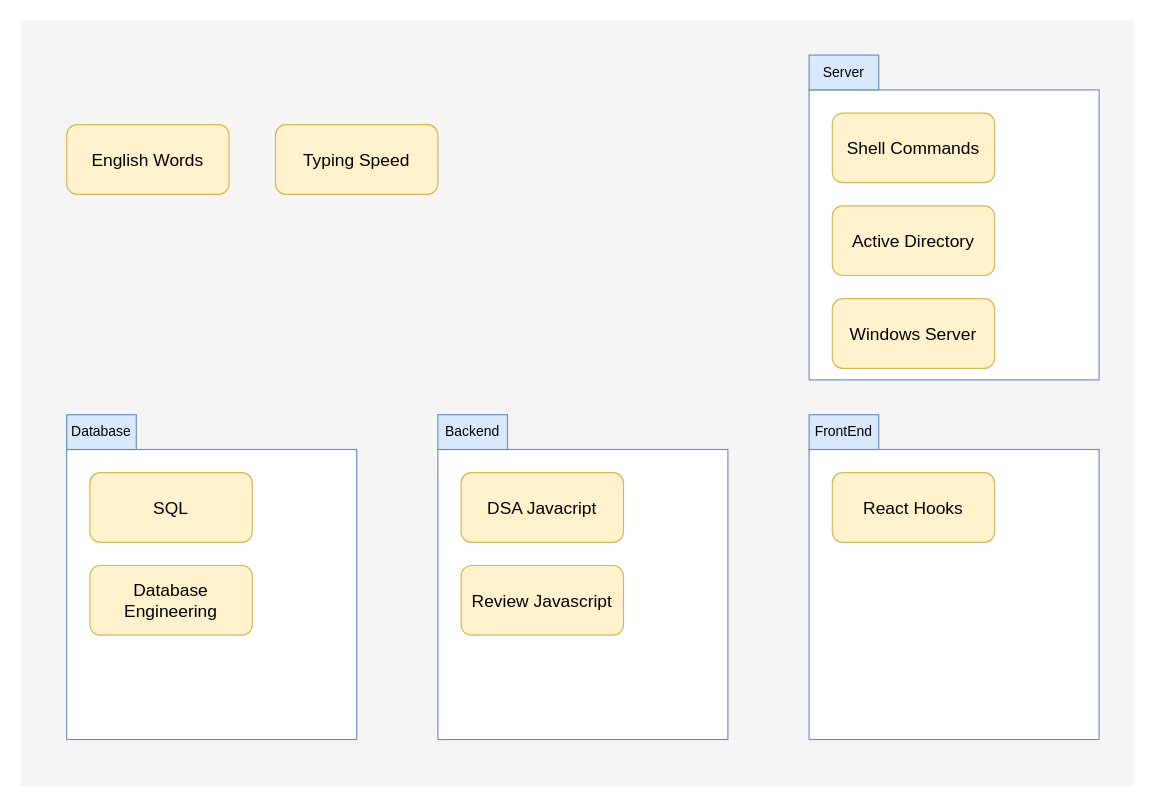
Above: 7th-month-plan.drawio in mahmoudkarsha/md (draw.io), before the change. Source tidied: cells renumbered, new cells numbered last; positions are measured from the earlier drawing's top-left corner, leaving out a move shared by most shapes. Both pictures are drawn from the tidied source at 116%, with x=0, y=0 at pixel (20, 20).
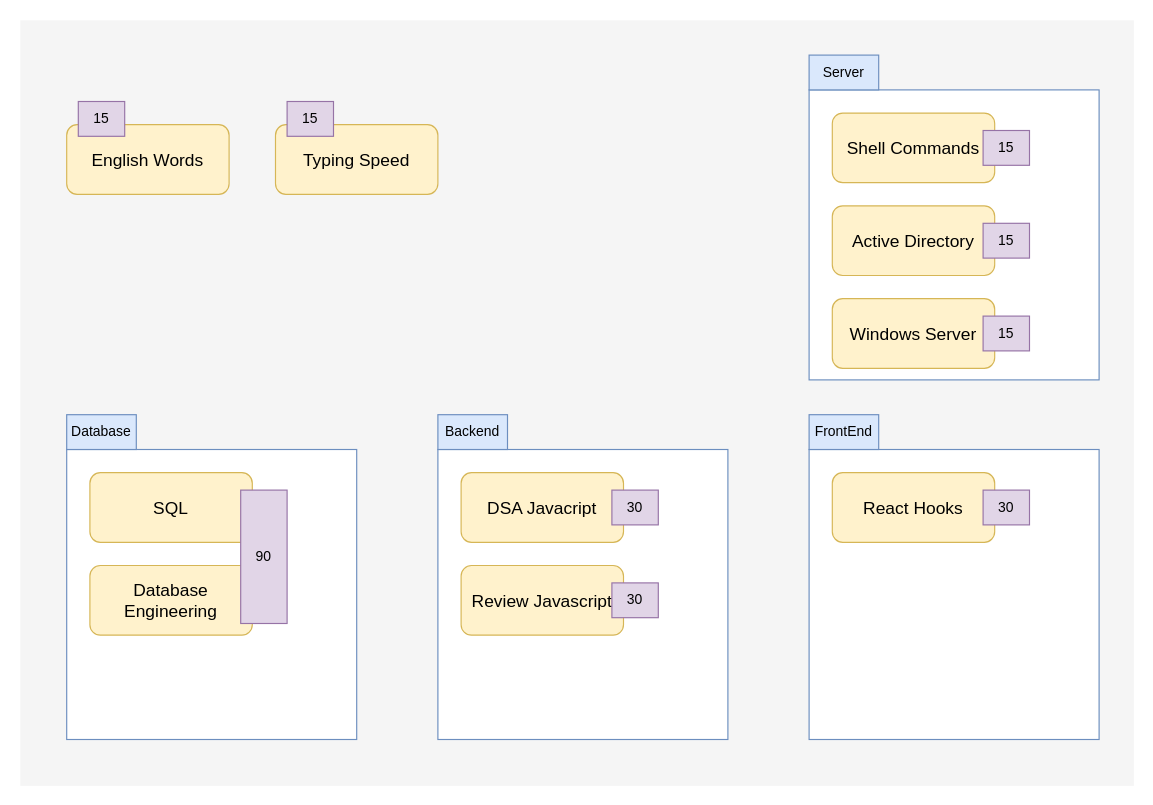
The same page after the edit.

Unchanged cells that the change refers to:
```xml
<mxCell id="8" style="group;" parent="1" vertex="1">
  <mxGeometry x="680" y="30" width="250" height="280" as="geometry" />
</mxCell>
<mxCell id="14" style="group;" parent="1" vertex="1">
  <mxGeometry x="360" y="340" width="250" height="280" as="geometry" />
</mxCell>
<mxCell id="19" style="group;" parent="1" vertex="1">
  <mxGeometry x="40" y="340" width="250" height="280" as="geometry" />
</mxCell>
```

Diff of the diagram source:
```diff
@@
+    <mxCell id="24" value="15" style="text;html=1;align=center;verticalAlign=middle;whiteSpace=wrap;rounded=0;fillColor=#e1d5e7;strokeColor=#9673a6;" parent="8" vertex="1">
+      <mxGeometry x="150" y="65" width="40" height="30" as="geometry" />
+    </mxCell>
+    <mxCell id="25" value="15" style="text;html=1;align=center;verticalAlign=middle;whiteSpace=wrap;rounded=0;fillColor=#e1d5e7;strokeColor=#9673a6;" parent="8" vertex="1">
+      <mxGeometry x="150" y="145" width="40" height="30" as="geometry" />
+    </mxCell>
+    <mxCell id="26" value="15" style="text;html=1;align=center;verticalAlign=middle;whiteSpace=wrap;rounded=0;fillColor=#e1d5e7;strokeColor=#9673a6;" parent="8" vertex="1">
+      <mxGeometry x="150" y="225" width="40" height="30" as="geometry" />
+    </mxCell>
@@
+    <mxCell id="27" value="30" style="text;html=1;align=center;verticalAlign=middle;whiteSpace=wrap;rounded=0;fillColor=#e1d5e7;strokeColor=#9673a6;" parent="14" vertex="1">
+      <mxGeometry x="150" y="65" width="40" height="30" as="geometry" />
+    </mxCell>
+    <mxCell id="28" value="30" style="text;html=1;align=center;verticalAlign=middle;whiteSpace=wrap;rounded=0;fillColor=#e1d5e7;strokeColor=#9673a6;" parent="14" vertex="1">
+      <mxGeometry x="150" y="145" width="40" height="30" as="geometry" />
+    </mxCell>
@@
+    <mxCell id="29" value="90" style="text;html=1;align=center;verticalAlign=middle;whiteSpace=wrap;rounded=0;fillColor=#e1d5e7;strokeColor=#9673a6;" parent="19" vertex="1">
+      <mxGeometry x="150" y="65" width="40" height="115" as="geometry" />
+    </mxCell>
+    <mxCell id="30" value="15" style="text;html=1;align=center;verticalAlign=middle;whiteSpace=wrap;rounded=0;fillColor=#e1d5e7;strokeColor=#9673a6;" parent="1" vertex="1">
+      <mxGeometry x="50" y="70" width="40" height="30" as="geometry" />
+    </mxCell>
+    <mxCell id="31" value="15" style="text;html=1;align=center;verticalAlign=middle;whiteSpace=wrap;rounded=0;fillColor=#e1d5e7;strokeColor=#9673a6;" parent="1" vertex="1">
+      <mxGeometry x="230" y="70" width="40" height="30" as="geometry" />
+    </mxCell>
+    <mxCell id="32" value="30" style="text;html=1;align=center;verticalAlign=middle;whiteSpace=wrap;rounded=0;fillColor=#e1d5e7;strokeColor=#9673a6;" parent="1" vertex="1">
+      <mxGeometry x="830" y="405" width="40" height="30" as="geometry" />
+    </mxCell>
```
